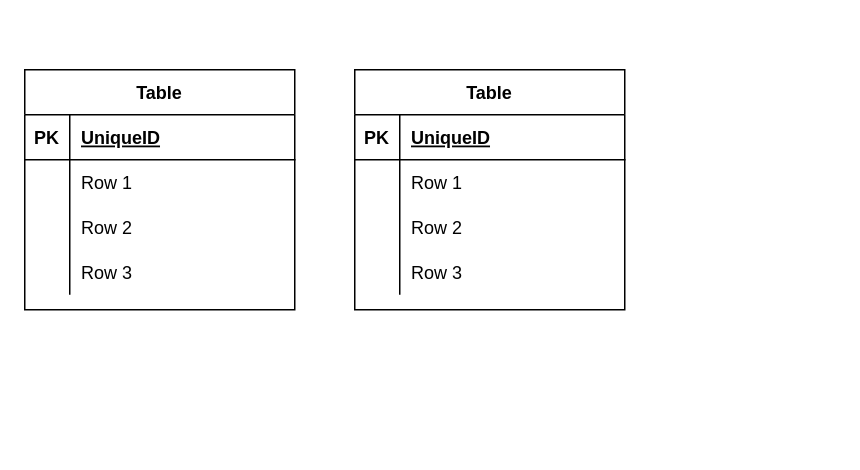
Above: ERD.drawio in WDI-SEA/diy-api (draw.io), before the change. Source tidied: cells renumbered, new cells numbered last; positions are measured from the earlier drawing's top-left corner, leaving out a move shared by most shapes. Both pictures are drawn from the tidied source at 150%, with x=0, y=0 at pixel (24, 69).
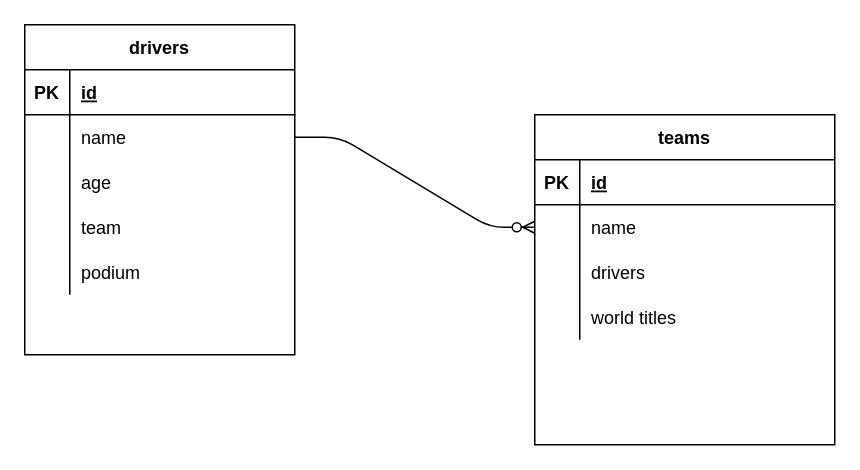
Above is the later version.

Commit message (it also covers changes not shown here):
updated with erd laytout for drivers and teams

The change refers to these unchanged cells:
```xml
<mxCell id="3" style="shape=partialRectangle;fillColor=none;top=0;left=0;bottom=1;right=0;" parent="2" vertex="1">
  <mxGeometry y="30" width="180" height="30" as="geometry" />
</mxCell>
<mxCell id="6" style="shape=partialRectangle;fillColor=none;top=0;left=0;bottom=0;right=0;points=[[0,0.5],[1,0.5]];portConstraint=eastwest;" parent="2" vertex="1">
  <mxGeometry y="60" width="180" height="30" as="geometry" />
</mxCell>
<mxCell id="9" style="shape=partialRectangle;fillColor=none;top=0;left=0;bottom=0;right=0;" parent="2" vertex="1">
  <mxGeometry y="90" width="180" height="30" as="geometry" />
</mxCell>
<mxCell id="12" style="shape=partialRectangle;fillColor=none;top=0;left=0;bottom=0;right=0;" parent="2" vertex="1">
  <mxGeometry y="120" width="180" height="30" as="geometry" />
</mxCell>
```

The edit, as a diff of the source:
```diff
@@
-    <mxCell id="2" value="Table" style="shape=table;startSize=30;childLayout=tableLayout;rowLines=0;fontStyle=1;align=center;" parent="1" vertex="1">
-      <mxGeometry width="180" height="160" as="geometry" />
+    <mxCell id="2" value="drivers" style="shape=table;startSize=30;childLayout=tableLayout;rowLines=0;fontStyle=1;align=center;" parent="1" vertex="1">
+      <mxGeometry y="-30" width="180" height="220" as="geometry" />
     </mxCell>
@@
-    <mxCell id="5" value="UniqueID" style="shape=partialRectangle;fillColor=none;top=0;left=0;bottom=0;right=0;align=left;spacingLeft=6;fontStyle=5;overflow=hidden;" parent="3" vertex="1">
+    <mxCell id="5" value="id" style="shape=partialRectangle;fillColor=none;top=0;left=0;bottom=0;right=0;align=left;spacingLeft=6;fontStyle=5;overflow=hidden;" parent="3" vertex="1">
       <mxGeometry x="30" width="150" height="30" as="geometry" />
     </mxCell>
@@
-    <mxCell id="8" value="Row 1" style="shape=partialRectangle;fillColor=none;top=0;left=0;bottom=0;right=0;align=left;spacingLeft=6;overflow=hidden;" parent="6" vertex="1">
+    <mxCell id="8" value="name" style="shape=partialRectangle;fillColor=none;top=0;left=0;bottom=0;right=0;align=left;spacingLeft=6;overflow=hidden;" parent="6" vertex="1">
       <mxGeometry x="30" width="150" height="30" as="geometry" />
     </mxCell>
@@
-    <mxCell id="11" value="Row 2" style="shape=partialRectangle;fillColor=none;top=0;left=0;bottom=0;right=0;align=left;spacingLeft=6;overflow=hidden;" parent="9" vertex="1">
+    <mxCell id="11" value="age" style="shape=partialRectangle;fillColor=none;top=0;left=0;bottom=0;right=0;align=left;spacingLeft=6;overflow=hidden;" parent="9" vertex="1">
       <mxGeometry x="30" width="150" height="30" as="geometry" />
     </mxCell>
@@
-    <mxCell id="14" value="Row 3" style="shape=partialRectangle;fillColor=none;top=0;left=0;bottom=0;right=0;align=left;spacingLeft=6;overflow=hidden;" parent="12" vertex="1">
+    <mxCell id="14" value="team" style="shape=partialRectangle;fillColor=none;top=0;left=0;bottom=0;right=0;align=left;spacingLeft=6;overflow=hidden;" parent="12" vertex="1">
       <mxGeometry x="30" width="150" height="30" as="geometry" />
     </mxCell>
+    <mxCell id="28" style="shape=partialRectangle;fillColor=none;top=0;left=0;bottom=0;right=0;" parent="2" vertex="1">
+      <mxGeometry y="150" width="180" height="30" as="geometry" />
+    </mxCell>
+    <mxCell id="29" style="shape=partialRectangle;fillColor=none;top=0;left=0;bottom=0;right=0;overflow=hidden;" parent="28" vertex="1">
+      <mxGeometry width="30" height="30" as="geometry" />
+    </mxCell>
+    <mxCell id="30" value="podium" style="shape=partialRectangle;fillColor=none;top=0;left=0;bottom=0;right=0;align=left;spacingLeft=6;overflow=hidden;" parent="28" vertex="1">
+      <mxGeometry x="30" width="150" height="30" as="geometry" />
+    </mxCell>
-    <mxCell id="15" value="Table" style="shape=table;startSize=30;childLayout=tableLayout;rowLines=0;fontStyle=1;align=center;" parent="1" vertex="1">
-      <mxGeometry x="220" width="180" height="160" as="geometry" />
+    <mxCell id="15" value="teams" style="shape=table;startSize=30;childLayout=tableLayout;rowLines=0;fontStyle=1;align=center;" parent="1" vertex="1">
+      <mxGeometry x="340" y="30" width="200" height="220" as="geometry" />
     </mxCell>
     <mxCell id="16" style="shape=partialRectangle;fillColor=none;top=0;left=0;bottom=1;right=0;" parent="15" vertex="1">
-      <mxGeometry y="30" width="180" height="30" as="geometry" />
+      <mxGeometry y="30" width="200" height="30" as="geometry" />
     </mxCell>
@@
-    <mxCell id="18" value="UniqueID" style="shape=partialRectangle;fillColor=none;top=0;left=0;bottom=0;right=0;align=left;spacingLeft=6;fontStyle=5;overflow=hidden;" parent="16" vertex="1">
-      <mxGeometry x="30" width="150" height="30" as="geometry" />
+    <mxCell id="18" value="id" style="shape=partialRectangle;fillColor=none;top=0;left=0;bottom=0;right=0;align=left;spacingLeft=6;fontStyle=5;overflow=hidden;" parent="16" vertex="1">
+      <mxGeometry x="30" width="170" height="30" as="geometry" />
     </mxCell>
     <mxCell id="19" style="shape=partialRectangle;fillColor=none;top=0;left=0;bottom=0;right=0;points=[[0,0.5],[1,0.5]];portConstraint=eastwest;" parent="15" vertex="1">
-      <mxGeometry y="60" width="180" height="30" as="geometry" />
+      <mxGeometry y="60" width="200" height="30" as="geometry" />
     </mxCell>
@@
-    <mxCell id="21" value="Row 1" style="shape=partialRectangle;fillColor=none;top=0;left=0;bottom=0;right=0;align=left;spacingLeft=6;overflow=hidden;" parent="19" vertex="1">
-      <mxGeometry x="30" width="150" height="30" as="geometry" />
+    <mxCell id="21" value="name" style="shape=partialRectangle;fillColor=none;top=0;left=0;bottom=0;right=0;align=left;spacingLeft=6;overflow=hidden;" parent="19" vertex="1">
+      <mxGeometry x="30" width="170" height="30" as="geometry" />
     </mxCell>
     <mxCell id="22" style="shape=partialRectangle;fillColor=none;top=0;left=0;bottom=0;right=0;" parent="15" vertex="1">
-      <mxGeometry y="90" width="180" height="30" as="geometry" />
+      <mxGeometry y="90" width="200" height="30" as="geometry" />
     </mxCell>
@@
-    <mxCell id="24" value="Row 2" style="shape=partialRectangle;fillColor=none;top=0;left=0;bottom=0;right=0;align=left;spacingLeft=6;overflow=hidden;" parent="22" vertex="1">
-      <mxGeometry x="30" width="150" height="30" as="geometry" />
+    <mxCell id="24" value="drivers" style="shape=partialRectangle;fillColor=none;top=0;left=0;bottom=0;right=0;align=left;spacingLeft=6;overflow=hidden;" parent="22" vertex="1">
+      <mxGeometry x="30" width="170" height="30" as="geometry" />
     </mxCell>
     <mxCell id="25" style="shape=partialRectangle;fillColor=none;top=0;left=0;bottom=0;right=0;" parent="15" vertex="1">
-      <mxGeometry y="120" width="180" height="30" as="geometry" />
+      <mxGeometry y="120" width="200" height="30" as="geometry" />
     </mxCell>
@@
-    <mxCell id="27" value="Row 3" style="shape=partialRectangle;fillColor=none;top=0;left=0;bottom=0;right=0;align=left;spacingLeft=6;overflow=hidden;" parent="25" vertex="1">
-      <mxGeometry x="30" width="150" height="30" as="geometry" />
+    <mxCell id="27" value="world titles" style="shape=partialRectangle;fillColor=none;top=0;left=0;bottom=0;right=0;align=left;spacingLeft=6;overflow=hidden;" parent="25" vertex="1">
+      <mxGeometry x="30" width="170" height="30" as="geometry" />
     </mxCell>
+    <mxCell id="31" style="edgeStyle=entityRelationEdgeStyle;fontSize=12;html=1;endArrow=ERzeroToMany;endFill=1;exitX=1;exitY=0.5;exitDx=0;exitDy=0;entryX=0;entryY=0.5;entryDx=0;entryDy=0;" parent="1" edge="1" source="6" target="19">
+      <mxGeometry relative="1" as="geometry" />
+    </mxCell>
```
